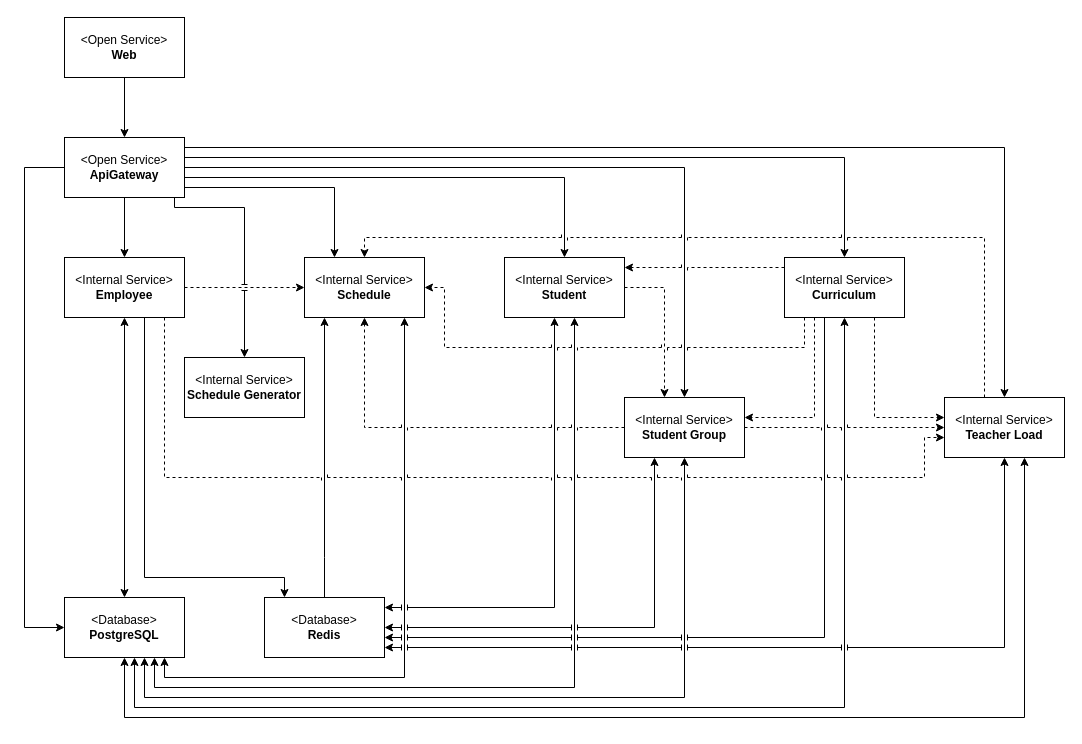
Earlier version of the draw.io diagram docs/architecture.drawio (IrusHunter/duckademic). Source tidied: cells renumbered, new cells numbered last; positions are measured from the earlier drawing's top-left corner, leaving out a move shared by most shapes. Both pictures are drawn from the tidied source at 100%, with x=0, y=0 at pixel (24, 17).
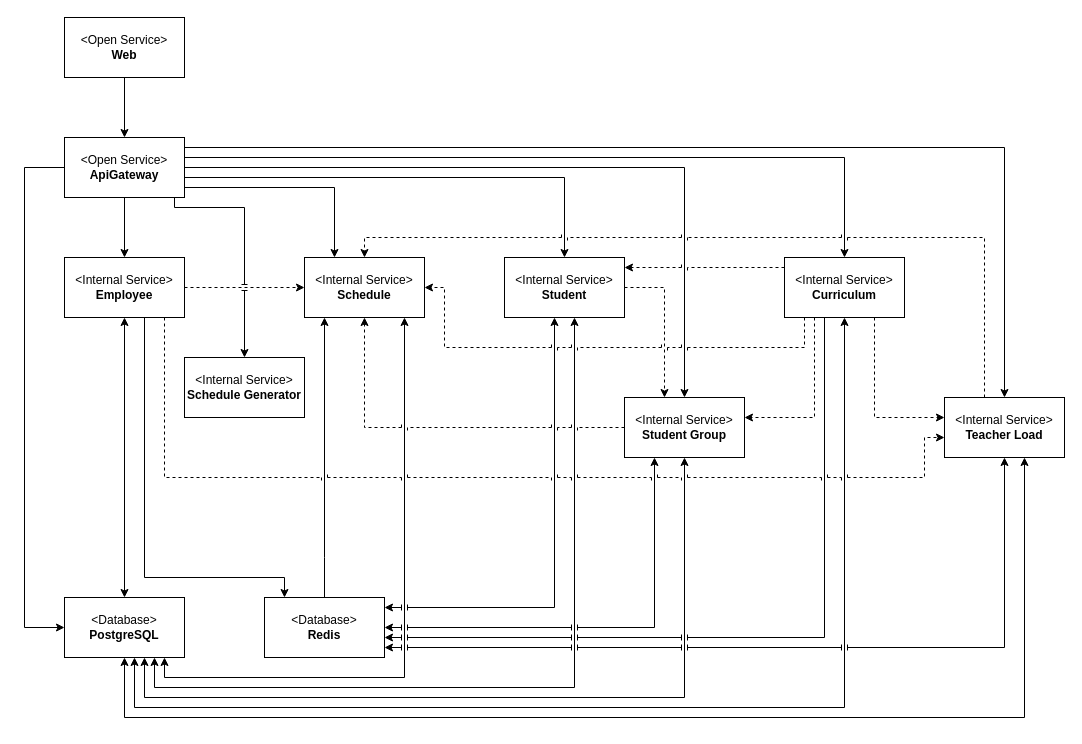
After the change.

The change refers to these unchanged cells:
```xml
<mxCell id="21" value="&amp;lt;Internal Service&amp;gt;&lt;div&gt;&lt;b&gt;Student Group&lt;/b&gt;&lt;/div&gt;" style="html=1;whiteSpace=wrap;" parent="1" vertex="1">
  <mxGeometry x="600" y="380" width="120" height="60" as="geometry" />
</mxCell>
<mxCell id="35" value="&amp;lt;Internal Service&amp;gt;&lt;div&gt;&lt;b&gt;Teacher Load&lt;/b&gt;&lt;/div&gt;" style="html=1;whiteSpace=wrap;" parent="1" vertex="1">
  <mxGeometry x="920" y="380" width="120" height="60" as="geometry" />
</mxCell>
```

The edit, as a diff of the source:
```diff
@@
-    <mxCell id="37" style="edgeStyle=orthogonalEdgeStyle;html=1;rounded=0;curved=0;dashed=1;jumpStyle=line;" parent="1" edge="1" source="21" target="35">
-      <mxGeometry relative="1" as="geometry">
-        <Array as="points">
-          <mxPoint x="760" y="410" />
-          <mxPoint x="760" y="410" />
-        </Array>
-      </mxGeometry>
-    </mxCell>
```
